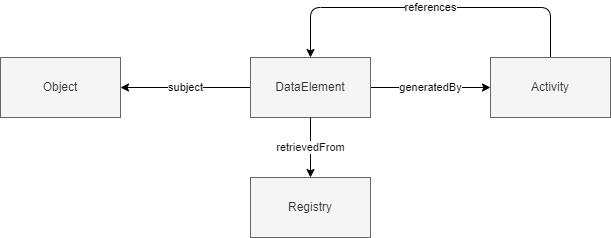
Above: media/level2.2.png in Geonovum/IMX-LineageModel (draw.io), before the change. Source tidied: cells renumbered, new cells last; positions are measured from the earlier drawing's top-left corner, leaving out a move shared by most shapes.
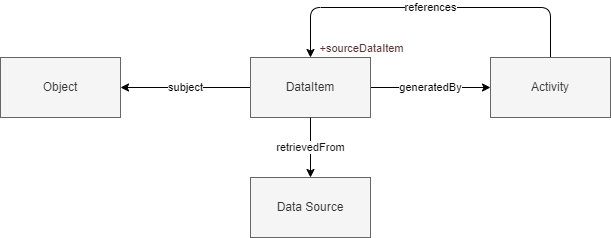
The same diagram one commit later.

The edit, as a diff of the source:
```diff
@@ -25,17 +25,20 @@
     <mxCell id="7" value="Object" style="rounded=0;whiteSpace=wrap;html=1;fillColor=#f5f5f5;fontColor=#333333;strokeColor=#666666;" parent="1" vertex="1">
       <mxGeometry y="50" width="120" height="60" as="geometry" />
     </mxCell>
-    <mxCell id="8" value="DataElement" style="rounded=0;whiteSpace=wrap;html=1;fillColor=#f5f5f5;fontColor=#333333;strokeColor=#666666;" parent="1" vertex="1">
+    <mxCell id="8" value="DataItem" style="rounded=0;whiteSpace=wrap;html=1;fillColor=#f5f5f5;fontColor=#333333;strokeColor=#666666;" parent="1" vertex="1">
       <mxGeometry x="250" y="50" width="120" height="60" as="geometry" />
     </mxCell>
     <mxCell id="9" value="retrievedFrom" style="edgeStyle=none;html=1;fontColor=#121111;" parent="1" edge="1" source="8" target="10">
       <mxGeometry relative="1" as="geometry" />
     </mxCell>
-    <mxCell id="10" value="Registry" style="rounded=0;whiteSpace=wrap;html=1;fillColor=#f5f5f5;fontColor=#333333;strokeColor=#666666;" parent="1" vertex="1">
+    <mxCell id="10" value="Data Source" style="rounded=0;whiteSpace=wrap;html=1;fillColor=#f5f5f5;fontColor=#333333;strokeColor=#666666;" parent="1" vertex="1">
       <mxGeometry x="250" y="170" width="120" height="60" as="geometry" />
     </mxCell>
     <mxCell id="11" value="Activity" style="rounded=0;whiteSpace=wrap;html=1;fillColor=#f5f5f5;fontColor=#333333;strokeColor=#666666;" parent="1" vertex="1">
       <mxGeometry x="490" y="50" width="120" height="60" as="geometry" />
     </mxCell>
+    <mxCell id="12" value="+sourceDataItem" style="edgeLabel;html=1;align=center;verticalAlign=middle;fontColor=#562f2f;" parent="1" vertex="1">
+      <mxGeometry x="360" y="40" as="geometry" />
+    </mxCell>
   </root>
 </mxGraphModel>
```
